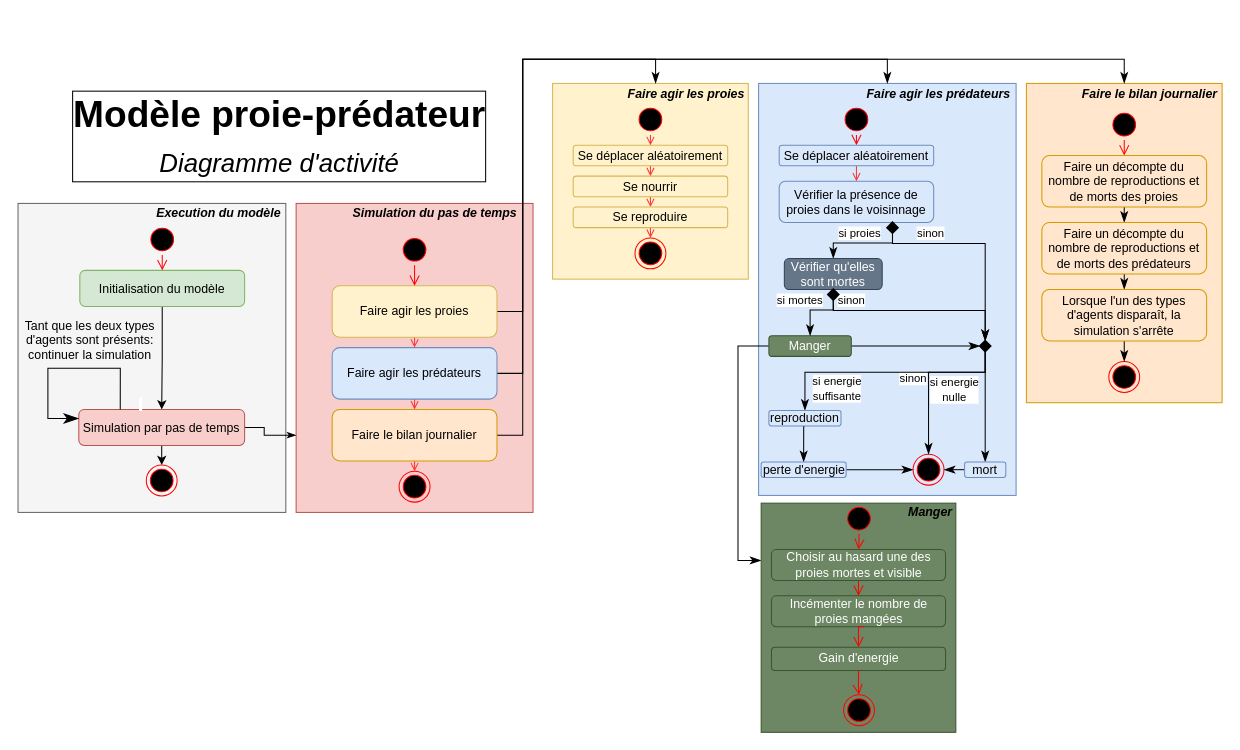
pierre-manchon/MAS_Vultures_population_modelisation keeps this draw.io diagram as page "Diagramme d'activité" (2 of 3) of class_diagram.drawio. Above is the earlier version. Source tidied: cells renumbered, new cells numbered last; positions are measured from the earlier drawing's top-left corner, leaving out a move shared by most shapes. Both pictures are drawn from the tidied source at 103%, with x=0, y=0 at pixel (18, 18).
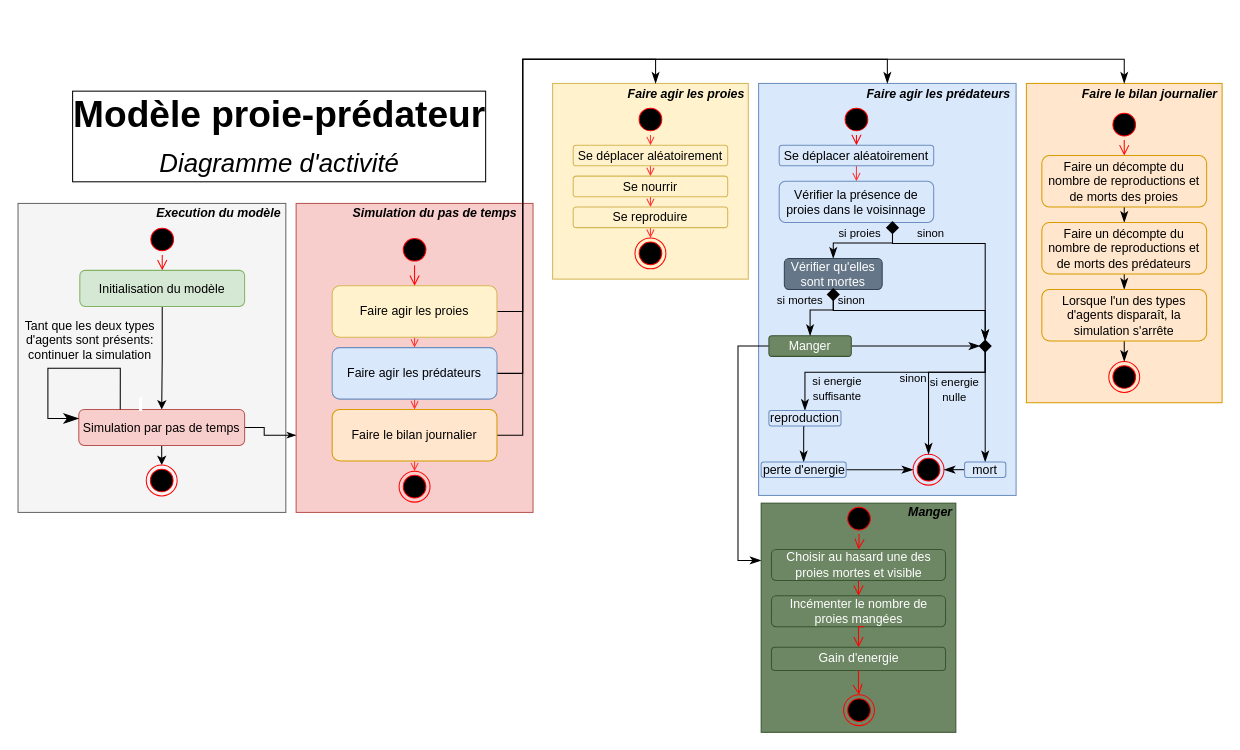
Above is the later version.

The change refers to these unchanged cells:
```xml
<mxCell id="47" style="ellipse;html=1;shape=endState;fillColor=#000000;strokeColor=#ff0000;" parent="1" vertex="1">
  <mxGeometry x="869" y="423.5" width="30" height="30" as="geometry" />
</mxCell>
<mxCell id="51" value="Vérifier qu'elles sont mortes" style="rounded=1;whiteSpace=wrap;html=1;fillColor=#647687;strokeColor=#314354;fontColor=#ffffff;" parent="1" vertex="1">
  <mxGeometry x="744" y="233.5" width="95" height="30" as="geometry" />
</mxCell>
<mxCell id="54" value="Manger" style="rounded=1;whiteSpace=wrap;html=1;fillColor=#6d8764;strokeColor=#3A5431;fontColor=#ffffff;" parent="1" vertex="1">
  <mxGeometry x="729" y="308.5" width="80" height="20" as="geometry" />
</mxCell>
<mxCell id="60" style="strokeWidth=2;html=1;shape=mxgraph.flowchart.decision;whiteSpace=wrap;labelBackgroundColor=none;fontSize=36;fillColor=#000000;" parent="1" vertex="1">
  <mxGeometry x="934" y="313.5" width="10" height="10" as="geometry" />
</mxCell>
<mxCell id="81" value="reproduction" style="rounded=1;whiteSpace=wrap;html=1;fillColor=#dae8fc;strokeColor=#6c8ebf;" parent="1" vertex="1">
  <mxGeometry x="729" y="381" width="70" height="15" as="geometry" />
</mxCell>
<mxCell id="89" value="mort" style="rounded=1;whiteSpace=wrap;html=1;fillColor=#dae8fc;strokeColor=#6c8ebf;" parent="1" vertex="1">
  <mxGeometry x="919" y="431" width="40" height="15" as="geometry" />
</mxCell>
```

The edit, as a diff of the source:
```diff
@@
-    <mxCell id="49" value="sinon" style="endArrow=classicThin;html=1;endSize=8;startArrow=none;startSize=14;startFill=0;edgeStyle=orthogonalEdgeStyle;strokeColor=#000000;exitX=0.5;exitY=1;exitDx=0;exitDy=0;rounded=0;endFill=1;entryX=0.5;entryY=0;entryDx=0;entryDy=0;entryPerimeter=0;" parent="1" edge="1" target="60">
+    <mxCell id="49" value="sinon" style="endArrow=classicThin;html=1;endSize=8;startArrow=none;startSize=14;startFill=0;edgeStyle=orthogonalEdgeStyle;strokeColor=#000000;exitX=0.5;exitY=1;exitDx=0;exitDy=0;rounded=0;endFill=1;entryX=0.5;entryY=0;entryDx=0;entryDy=0;entryPerimeter=0;labelBackgroundColor=none;" parent="1" edge="1" target="60">
       <mxGeometry x="-0.44" y="10" relative="1" as="geometry">
         <mxPoint x="849" y="198.5" as="sourcePoint" />
         <Array as="points">
           <mxPoint x="849" y="219" />
           <mxPoint x="939" y="219" />
         </Array>
       </mxGeometry>
     </mxCell>
-    <mxCell id="50" value="si proies" style="endArrow=classicThin;html=1;endSize=8;startArrow=none;startSize=14;startFill=0;edgeStyle=orthogonalEdgeStyle;strokeColor=#000000;exitX=0.5;exitY=1;exitDx=0;exitDy=0;rounded=0;entryX=0.5;entryY=0;entryDx=0;entryDy=0;sketch=0;shadow=0;endFill=1;" parent="1" edge="1" target="51">
+    <mxCell id="50" value="si proies" style="endArrow=classicThin;html=1;endSize=8;startArrow=none;startSize=14;startFill=0;edgeStyle=orthogonalEdgeStyle;strokeColor=#000000;exitX=0.5;exitY=1;exitDx=0;exitDy=0;rounded=0;entryX=0.5;entryY=0;entryDx=0;entryDy=0;sketch=0;shadow=0;endFill=1;labelBackgroundColor=none;" parent="1" edge="1" target="51">
       <mxGeometry x="0.13" y="-10" relative="1" as="geometry">
         <mxPoint x="849" y="198.5" as="sourcePoint" />
         <Array as="points">
           <mxPoint x="849" y="218.5" />
           <mxPoint x="792" y="218.5" />
           <mxPoint x="792" y="233.5" />
         </Array>
       </mxGeometry>
     </mxCell>
@@
-    <mxCell id="55" value="si mortes" style="endArrow=classicThin;html=1;endSize=8;startArrow=none;startSize=14;startFill=0;edgeStyle=orthogonalEdgeStyle;strokeColor=#000000;rounded=0;sketch=0;shadow=0;endFill=1;exitX=0.5;exitY=1;exitDx=0;exitDy=0;entryX=0.5;entryY=0;entryDx=0;entryDy=0;" parent="1" edge="1" source="51" target="54">
+    <mxCell id="55" value="si mortes" style="endArrow=classicThin;html=1;endSize=8;startArrow=none;startSize=14;startFill=0;edgeStyle=orthogonalEdgeStyle;strokeColor=#000000;rounded=0;sketch=0;shadow=0;endFill=1;exitX=0.5;exitY=1;exitDx=0;exitDy=0;entryX=0.5;entryY=0;entryDx=0;entryDy=0;labelBackgroundColor=none;" parent="1" edge="1" source="51" target="54">
       <mxGeometry x="0.26" y="-14" relative="1" as="geometry">
         <Array as="points">
           <mxPoint x="792" y="283.5" />
           <mxPoint x="769" y="283.5" />
         </Array>
         <mxPoint x="4" y="-10" as="offset" />
       </mxGeometry>
     </mxCell>
-    <mxCell id="56" value="sinon" style="endArrow=classicThin;html=1;endSize=8;startArrow=none;startSize=14;startFill=0;edgeStyle=orthogonalEdgeStyle;strokeColor=#000000;exitX=0.5;exitY=1;exitDx=0;exitDy=0;rounded=0;endFill=1;entryX=0.5;entryY=0;entryDx=0;entryDy=0;entryPerimeter=0;" parent="1" edge="1" source="51" target="60">
+    <mxCell id="56" value="sinon" style="endArrow=classicThin;html=1;endSize=8;startArrow=none;startSize=14;startFill=0;edgeStyle=orthogonalEdgeStyle;strokeColor=#000000;exitX=0.5;exitY=1;exitDx=0;exitDy=0;rounded=0;endFill=1;entryX=0.5;entryY=0;entryDx=0;entryDy=0;entryPerimeter=0;labelBackgroundColor=none;" parent="1" edge="1" source="51" target="60">
       <mxGeometry x="-0.62" y="10" relative="1" as="geometry">
         <Array as="points">
           <mxPoint x="791" y="284" />
           <mxPoint x="939" y="284" />
         </Array>
       </mxGeometry>
     </mxCell>
@@
-    <mxCell id="59" value="sinon" style="endArrow=classicThin;html=1;endSize=8;startArrow=none;startSize=14;startFill=0;edgeStyle=orthogonalEdgeStyle;strokeColor=#000000;rounded=0;sketch=0;shadow=0;endFill=1;exitX=0.5;exitY=1;exitDx=0;exitDy=0;exitPerimeter=0;entryX=0.5;entryY=0;entryDx=0;entryDy=0;" parent="1" edge="1" source="60" target="47">
+    <mxCell id="59" value="sinon" style="endArrow=classicThin;html=1;endSize=8;startArrow=none;startSize=14;startFill=0;edgeStyle=orthogonalEdgeStyle;strokeColor=#000000;rounded=0;sketch=0;shadow=0;endFill=1;exitX=0.5;exitY=1;exitDx=0;exitDy=0;exitPerimeter=0;entryX=0.5;entryY=0;entryDx=0;entryDy=0;labelBackgroundColor=none;" parent="1" edge="1" source="60" target="47">
       <mxGeometry x="0.05" y="-15" relative="1" as="geometry">
         <Array as="points">
           <mxPoint x="939" y="344" />
           <mxPoint x="884" y="344" />
         </Array>
       </mxGeometry>
     </mxCell>
@@
-    <mxCell id="61" value="si energie&lt;br&gt;suffisante" style="endArrow=classicThin;html=1;endSize=8;startArrow=none;startSize=14;startFill=0;edgeStyle=orthogonalEdgeStyle;strokeColor=#000000;rounded=0;sketch=0;shadow=0;endFill=1;exitX=0.5;exitY=1;exitDx=0;exitDy=0;exitPerimeter=0;entryX=0.5;entryY=0;entryDx=0;entryDy=0;" parent="1" edge="1" source="60" target="81">
+    <mxCell id="61" value="si energie&lt;br&gt;suffisante" style="endArrow=classicThin;html=1;endSize=8;startArrow=none;startSize=14;startFill=0;edgeStyle=orthogonalEdgeStyle;strokeColor=#000000;rounded=0;sketch=0;shadow=0;endFill=1;exitX=0.5;exitY=1;exitDx=0;exitDy=0;exitPerimeter=0;entryX=0.5;entryY=0;entryDx=0;entryDy=0;labelBackgroundColor=none;" parent="1" edge="1" source="60" target="81">
       <mxGeometry x="0.42" y="16" relative="1" as="geometry">
         <Array as="points">
           <mxPoint x="939" y="344" />
           <mxPoint x="764" y="344" />
         </Array>
       </mxGeometry>
     </mxCell>
@@
-    <mxCell id="84" value="si energie&lt;br&gt;nulle" style="endArrow=classicThin;html=1;endSize=8;startArrow=none;startSize=14;startFill=0;edgeStyle=orthogonalEdgeStyle;strokeColor=#000000;rounded=0;sketch=0;shadow=0;endFill=1;exitX=0.5;exitY=1;exitDx=0;exitDy=0;exitPerimeter=0;entryX=0.5;entryY=0;entryDx=0;entryDy=0;" parent="1" edge="1" source="60" target="89">
+    <mxCell id="84" value="si energie&lt;br&gt;nulle" style="endArrow=classicThin;html=1;endSize=8;startArrow=none;startSize=14;startFill=0;edgeStyle=orthogonalEdgeStyle;strokeColor=#000000;rounded=0;sketch=0;shadow=0;endFill=1;exitX=0.5;exitY=1;exitDx=0;exitDy=0;exitPerimeter=0;entryX=0.5;entryY=0;entryDx=0;entryDy=0;labelBackgroundColor=none;" parent="1" edge="1" source="60" target="89">
       <mxGeometry x="-0.32" y="-30" relative="1" as="geometry">
         <Array as="points">
           <mxPoint x="939" y="340" />
           <mxPoint x="939" y="340" />
         </Array>
       </mxGeometry>
     </mxCell>
```
